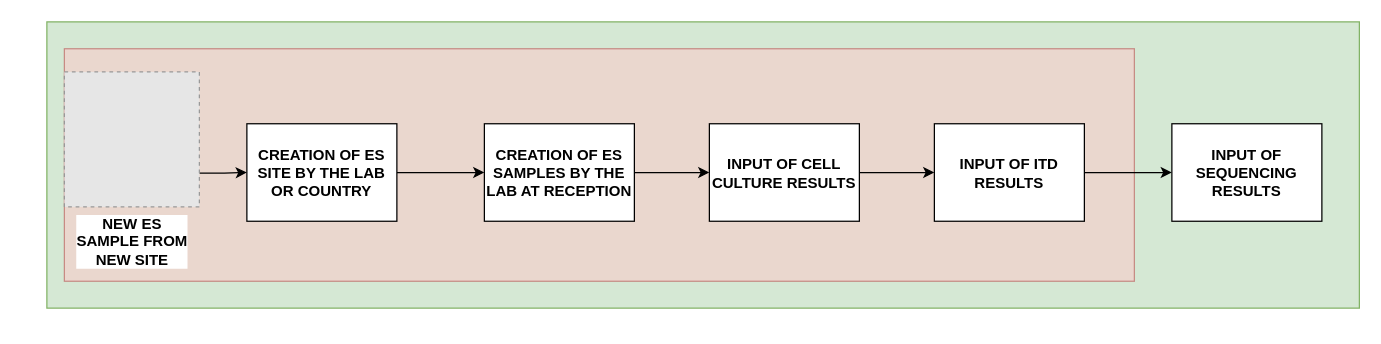
Earlier version of the draw.io diagram ES_Data_flow.drawio (DemevengDerrick/Workflows). Source tidied: cells renumbered, new cells numbered last; positions are measured from the earlier drawing's top-left corner, leaving out a move shared by most shapes. Both pictures are drawn from the tidied source at 125%, with x=0, y=0 at pixel (46, 21). Pictures stored in the file or linked from it are replaced by grey dashed boxes.
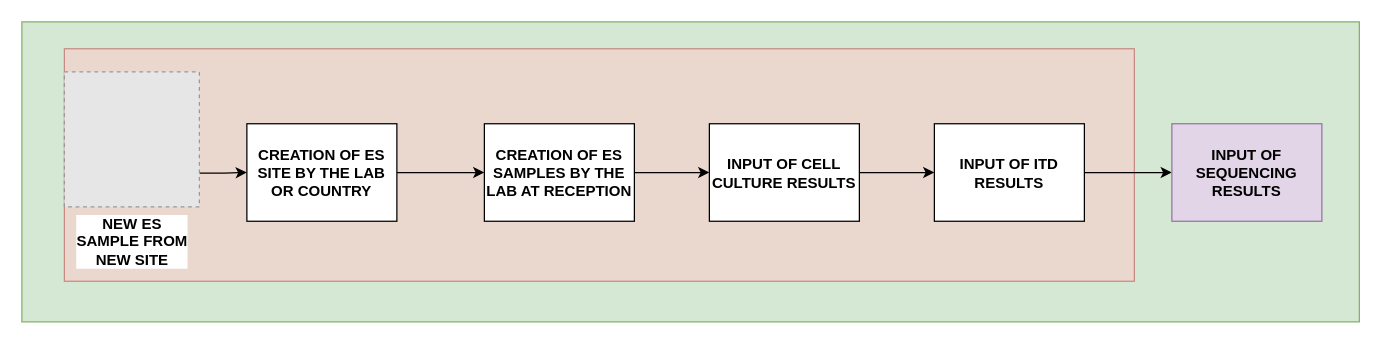
The same diagram, later.

Change to the diagram source:
```diff
@@
 <mxGraphModel>
   <root>
     <mxCell id="0" />
     <mxCell id="1" parent="0" />
     <mxCell id="2" style="rounded=0;whiteSpace=wrap;html=1;fillColor=#d5e8d4;strokeColor=#82b366;fontStyle=1;" parent="1" vertex="1">
-      <mxGeometry width="1050" height="229" as="geometry" />
+      <mxGeometry x="-20" width="1070" height="240" as="geometry" />
     </mxCell>
     <mxCell id="3" style="rounded=0;whiteSpace=wrap;html=1;fillColor=#f8cecc;strokeColor=#b85450;fontStyle=1;opacity=60;" parent="1" vertex="1">
       <mxGeometry x="14" y="21.5" width="856" height="186" as="geometry" />
     </mxCell>
     <mxCell id="4" style="edgeStyle=orthogonalEdgeStyle;rounded=0;jettySize=auto;html=1;exitX=1;exitY=0.5;exitDx=0;exitDy=0;fontStyle=1;" parent="1" edge="1" source="5" target="7">
       <mxGeometry relative="1" as="geometry" />
     </mxCell>
     <mxCell id="5" value="CREATION OF ES SITE BY THE LAB OR COUNTRY" style="rounded=0;whiteSpace=wrap;html=1;fontStyle=1;" parent="1" vertex="1">
       <mxGeometry x="160" y="81.5" width="120" height="78" as="geometry" />
     </mxCell>
     <mxCell id="6" style="edgeStyle=orthogonalEdgeStyle;rounded=0;jettySize=auto;html=1;exitX=1;exitY=0.5;exitDx=0;exitDy=0;entryX=0;entryY=0.5;entryDx=0;entryDy=0;fontStyle=1;" parent="1" edge="1" source="7" target="9">
       <mxGeometry relative="1" as="geometry" />
     </mxCell>
     <mxCell id="7" value="CREATION OF ES SAMPLES BY THE LAB AT RECEPTION" style="rounded=0;whiteSpace=wrap;html=1;fontStyle=1;" parent="1" vertex="1">
       <mxGeometry x="350" y="81.5" width="120" height="78" as="geometry" />
     </mxCell>
     <mxCell id="8" style="edgeStyle=orthogonalEdgeStyle;rounded=0;jettySize=auto;html=1;exitX=1;exitY=0.5;exitDx=0;exitDy=0;entryX=0;entryY=0.5;entryDx=0;entryDy=0;fontStyle=1;" parent="1" edge="1" source="9" target="11">
       <mxGeometry relative="1" as="geometry" />
     </mxCell>
     <mxCell id="9" value="INPUT OF CELL CULTURE RESULTS" style="rounded=0;whiteSpace=wrap;html=1;fontStyle=1;" parent="1" vertex="1">
       <mxGeometry x="530" y="81.5" width="120" height="78" as="geometry" />
     </mxCell>
     <mxCell id="10" style="edgeStyle=orthogonalEdgeStyle;rounded=0;jettySize=auto;html=1;exitX=1;exitY=0.5;exitDx=0;exitDy=0;fontStyle=1;" parent="1" edge="1" source="11" target="12">
       <mxGeometry relative="1" as="geometry" />
     </mxCell>
     <mxCell id="11" value="INPUT OF ITD RESULTS" style="rounded=0;whiteSpace=wrap;html=1;fontStyle=1;" parent="1" vertex="1">
       <mxGeometry x="710" y="81.5" width="120" height="78" as="geometry" />
     </mxCell>
-    <mxCell id="12" value="INPUT OF SEQUENCING RESULTS" style="rounded=0;whiteSpace=wrap;html=1;fontStyle=1;" parent="1" vertex="1">
+    <mxCell id="12" value="INPUT OF SEQUENCING RESULTS" style="rounded=0;whiteSpace=wrap;html=1;fontStyle=1;fillColor=#e1d5e7;strokeColor=#9673a6;" parent="1" vertex="1">
       <mxGeometry x="900" y="81.5" width="120" height="78" as="geometry" />
     </mxCell>
     <mxCell id="13" style="edgeStyle=orthogonalEdgeStyle;rounded=0;jettySize=auto;html=1;exitX=1;exitY=0.75;exitDx=0;exitDy=0;" parent="1" edge="1" source="14" target="5">
       <mxGeometry relative="1" as="geometry" />
     </mxCell>
     <mxCell id="14" value="NEW ES&lt;div&gt;SAMPLE FROM&lt;/div&gt;&lt;div&gt;NEW SITE&lt;/div&gt;" style="fillColor=#E6E6E6;strokeColor=#999999;dashed=1;html=1;verticalAlign=top;verticalLabelPosition=bottom;labelBackgroundColor=#ffffff;fontStyle=1;" parent="1" vertex="1">
       <mxGeometry x="14" y="40" width="108" height="108" as="geometry" />
     </mxCell>
   </root>
 </mxGraphModel>
```
